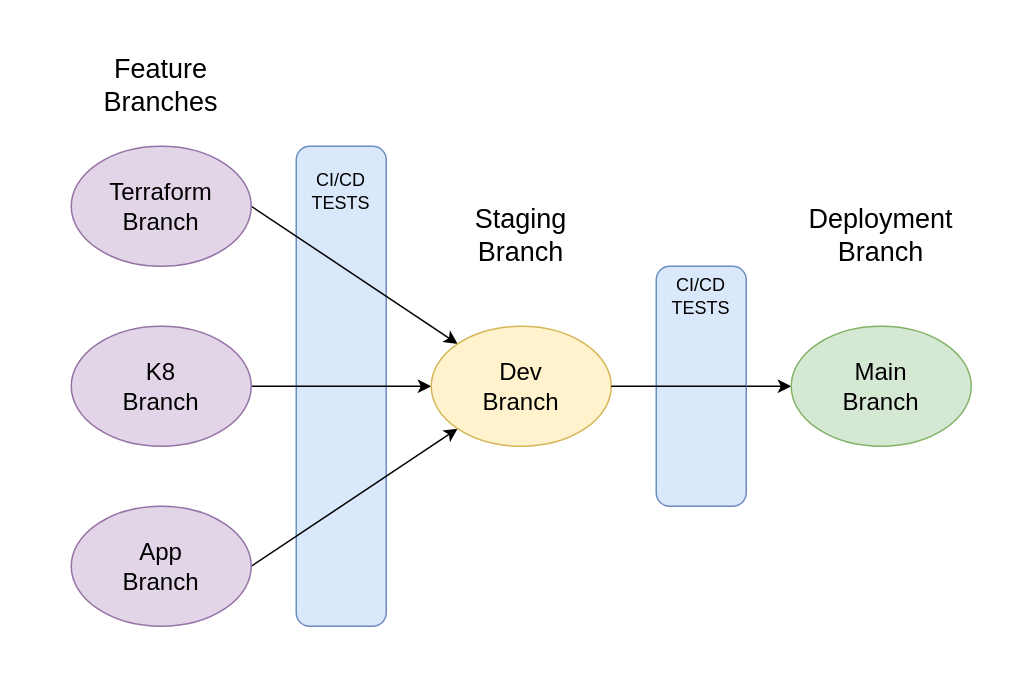
This is diagrams/Git Flow.drawio from Benoniy/ho-pa-project, a draw.io file, before an edit. Source tidied: cells renumbered, new cells numbered last; positions are measured from the earlier drawing's top-left corner, leaving out a move shared by most shapes. Both pictures are drawn from the tidied source at 150%, with x=0, y=0 at pixel (70, 70).
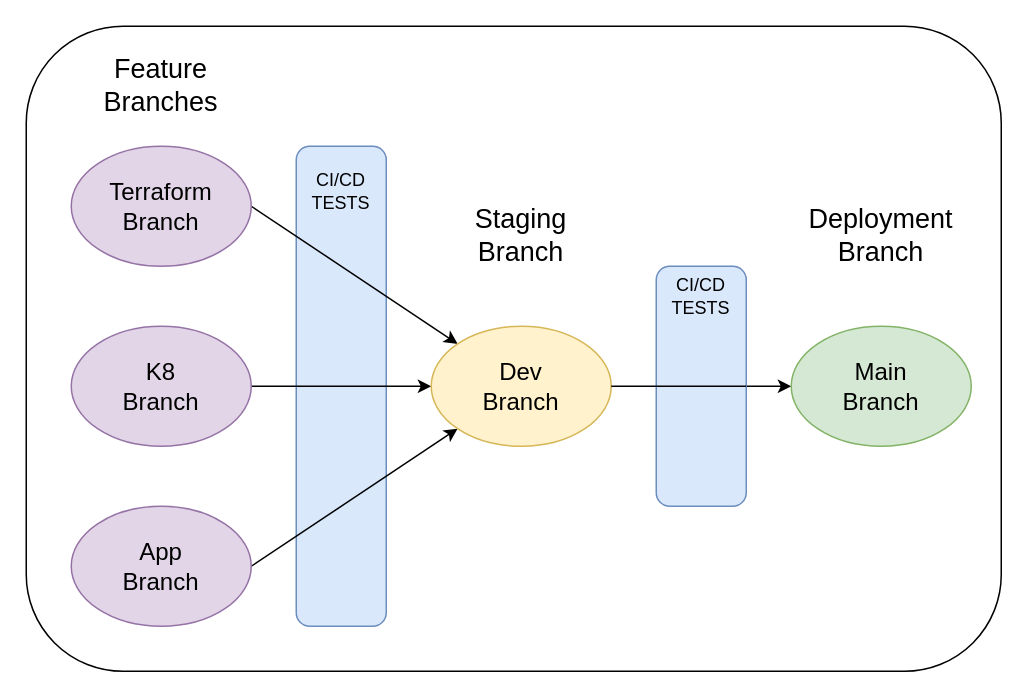
Above is the later version.

Change to the diagram source:
```diff
@@
 <mxGraphModel>
   <root>
     <mxCell id="0" />
     <mxCell id="1" parent="0" />
+    <mxCell id="19" style="rounded=1;whiteSpace=wrap;html=1;" parent="1" vertex="1">
+      <mxGeometry x="-30" y="-30" width="650" height="430" as="geometry" />
+    </mxCell>
     <mxCell id="2" style="rounded=1;whiteSpace=wrap;html=1;fillColor=#dae8fc;strokeColor=#6c8ebf;" parent="1" vertex="1">
       <mxGeometry x="150" y="50" width="60" height="320" as="geometry" />
     </mxCell>
     <mxCell id="3" style="rounded=0;jettySize=auto;html=1;exitX=1;exitY=0.5;exitDx=0;exitDy=0;entryX=0;entryY=0;entryDx=0;entryDy=0;" parent="1" edge="1" source="4" target="10">
       <mxGeometry relative="1" as="geometry" />
     </mxCell>
     <mxCell id="4" value="&lt;font style=&quot;font-size: 16px&quot;&gt;Terraform&lt;br&gt;Branch&lt;/font&gt;" style="ellipse;whiteSpace=wrap;html=1;fillColor=#e1d5e7;strokeColor=#9673a6;" parent="1" vertex="1">
       <mxGeometry y="50" width="120" height="80" as="geometry" />
     </mxCell>
     <mxCell id="5" style="edgeStyle=none;rounded=0;jettySize=auto;html=1;exitX=1;exitY=0.5;exitDx=0;exitDy=0;entryX=0;entryY=0.5;entryDx=0;entryDy=0;" parent="1" edge="1" source="6" target="10">
       <mxGeometry relative="1" as="geometry" />
     </mxCell>
     <mxCell id="6" value="&lt;span style=&quot;font-size: 16px&quot;&gt;K8&lt;br&gt;&lt;/span&gt;&lt;font style=&quot;font-size: 16px&quot;&gt;Branch&lt;/font&gt;" style="ellipse;whiteSpace=wrap;html=1;fillColor=#e1d5e7;strokeColor=#9673a6;" parent="1" vertex="1">
       <mxGeometry y="170" width="120" height="80" as="geometry" />
     </mxCell>
     <mxCell id="7" style="edgeStyle=none;rounded=0;jettySize=auto;html=1;exitX=1;exitY=0.5;exitDx=0;exitDy=0;entryX=0;entryY=1;entryDx=0;entryDy=0;" parent="1" edge="1" source="8" target="10">
       <mxGeometry relative="1" as="geometry" />
     </mxCell>
     <mxCell id="8" value="&lt;span style=&quot;font-size: 16px&quot;&gt;App&lt;br&gt;&lt;/span&gt;&lt;font style=&quot;font-size: 16px&quot;&gt;Branch&lt;/font&gt;" style="ellipse;whiteSpace=wrap;html=1;fillColor=#e1d5e7;strokeColor=#9673a6;" parent="1" vertex="1">
       <mxGeometry y="290" width="120" height="80" as="geometry" />
     </mxCell>
     <mxCell id="9" style="edgeStyle=none;rounded=0;jettySize=auto;html=1;exitX=1;exitY=0.5;exitDx=0;exitDy=0;startArrow=none;" parent="1" edge="1" source="16" target="11">
       <mxGeometry relative="1" as="geometry" />
     </mxCell>
     <mxCell id="10" value="&lt;font style=&quot;font-size: 16px&quot;&gt;Dev&lt;br&gt;Branch&lt;/font&gt;" style="ellipse;whiteSpace=wrap;html=1;fillColor=#fff2cc;strokeColor=#d6b656;" parent="1" vertex="1">
       <mxGeometry x="240" y="170" width="120" height="80" as="geometry" />
     </mxCell>
     <mxCell id="11" value="&lt;font style=&quot;font-size: 16px&quot;&gt;Main&lt;br&gt;Branch&lt;/font&gt;" style="ellipse;whiteSpace=wrap;html=1;fillColor=#d5e8d4;strokeColor=#82b366;" parent="1" vertex="1">
       <mxGeometry x="480" y="170" width="120" height="80" as="geometry" />
     </mxCell>
     <mxCell id="12" value="&lt;font style=&quot;font-size: 18px&quot;&gt;Feature Branches&lt;/font&gt;" style="text;html=1;strokeColor=none;fillColor=none;align=center;verticalAlign=middle;whiteSpace=wrap;rounded=0;" parent="1" vertex="1">
       <mxGeometry width="120" height="20" as="geometry" />
     </mxCell>
     <mxCell id="13" value="&lt;font style=&quot;font-size: 18px&quot;&gt;Staging Branch&lt;/font&gt;" style="text;html=1;strokeColor=none;fillColor=none;align=center;verticalAlign=middle;whiteSpace=wrap;rounded=0;" parent="1" vertex="1">
       <mxGeometry x="240" y="100" width="120" height="20" as="geometry" />
     </mxCell>
     <mxCell id="14" value="&lt;font style=&quot;font-size: 18px&quot;&gt;Deployment&lt;br&gt;Branch&lt;/font&gt;" style="text;html=1;strokeColor=none;fillColor=none;align=center;verticalAlign=middle;whiteSpace=wrap;rounded=0;" parent="1" vertex="1">
       <mxGeometry x="480" y="100" width="120" height="20" as="geometry" />
     </mxCell>
     <mxCell id="15" value="CI/CD&lt;br&gt;TESTS" style="text;html=1;strokeColor=none;fillColor=none;align=center;verticalAlign=middle;whiteSpace=wrap;rounded=0;" parent="1" vertex="1">
       <mxGeometry x="160" y="70" width="40" height="20" as="geometry" />
     </mxCell>
     <mxCell id="16" style="rounded=1;whiteSpace=wrap;html=1;fillColor=#dae8fc;strokeColor=#6c8ebf;" parent="1" vertex="1">
       <mxGeometry x="390" y="130" width="60" height="160" as="geometry" />
     </mxCell>
     <mxCell id="17" style="edgeStyle=none;rounded=0;jettySize=auto;html=1;exitX=1;exitY=0.5;exitDx=0;exitDy=0;endArrow=none;entryX=1;entryY=0.5;entryDx=0;entryDy=0;" parent="1" edge="1" source="10" target="16">
       <mxGeometry relative="1" as="geometry" />
     </mxCell>
     <mxCell id="18" value="CI/CD&lt;br&gt;TESTS" style="text;html=1;strokeColor=none;fillColor=none;align=center;verticalAlign=middle;whiteSpace=wrap;rounded=0;" parent="1" vertex="1">
       <mxGeometry x="400" y="140" width="40" height="20" as="geometry" />
     </mxCell>
   </root>
 </mxGraphModel>
```
